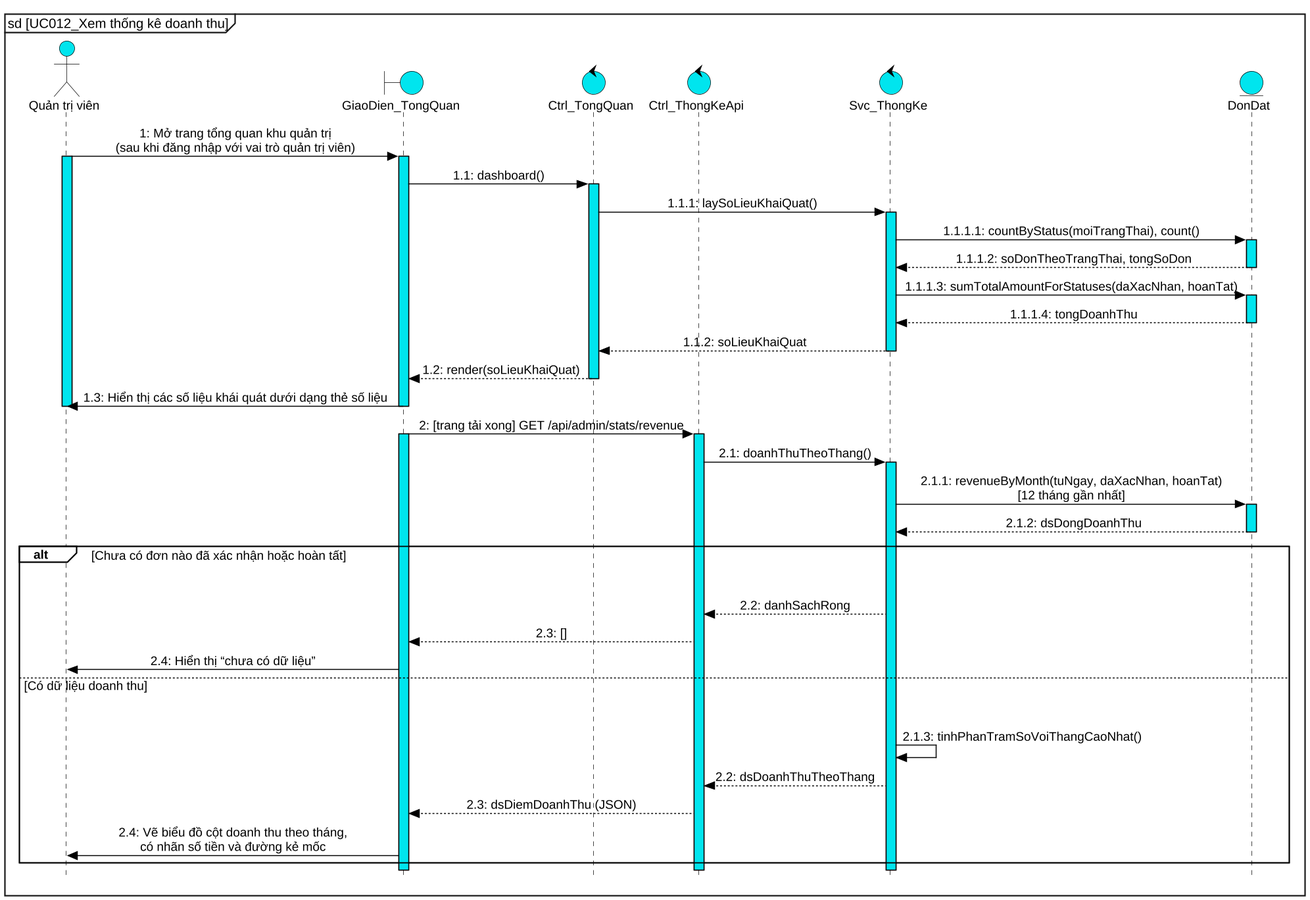
Above: docs/report/diagrams/png/UC012_sequence.png in kanele05/project_www (PlantUML), before the change. Source of this version:
```plantuml
@startuml UC012_sequence
skinparam dpi 140
skinparam defaultFontName "Liberation Sans"
skinparam defaultFontSize 13
skinparam backgroundColor white
skinparam shadowing false
skinparam style strictuml
hide footbox
skinparam maxMessageSize 420
skinparam sequenceMessageAlign center
skinparam responseMessageBelowArrow false
skinparam ArrowColor black
skinparam ParticipantPadding 90
skinparam BoxPadding 6
skinparam sequence {
  ArrowColor black
  LifeLineBorderColor black
  LifeLineBackgroundColor #00E5EE
  ParticipantBackgroundColor #00E5EE
  ParticipantBorderColor black
  ActorBackgroundColor #00E5EE
  ActorBorderColor black
  GroupBorderColor black
  GroupBackgroundColor white
  GroupHeaderFontStyle bold
  GroupFontStyle plain
  GroupBorderThickness 1.2
}
skinparam note {
  BackgroundColor transparent
  BorderColor transparent
  FontColor transparent
}
skinparam BoundaryBackgroundColor #00E5EE
skinparam BoundaryBorderColor black
skinparam ControlBackgroundColor #00E5EE
skinparam ControlBorderColor black
skinparam EntityBackgroundColor #00E5EE
skinparam EntityBorderColor black
skinparam ActorBackgroundColor #00E5EE
skinparam ActorBorderColor black
mainframe sd [UC012_Xem thống kê doanh thu]
actor "Quản trị viên" as ad
boundary "GiaoDien_TongQuan" as ui
control "Ctrl_TongQuan" as ctrl
control "Ctrl_ThongKeApi" as api
control "Svc_ThongKe" as svc
entity "DonDat" as don

ad -> ui : 1: Mở trang tổng quan khu quản trị\n(sau khi đăng nhập với vai trò quản trị viên)
activate ad #00E5EE
activate ui #00E5EE
ui -> ctrl : 1.1: dashboard()
activate ctrl #00E5EE
ctrl -> svc : 1.1.1: laySoLieuKhaiQuat()
activate svc #00E5EE
svc -> don : 1.1.1.1: countByStatus(moiTrangThai), count()
activate don #00E5EE
return 1.1.1.2: soDonTheoTrangThai, tongSoDon
svc -> don : 1.1.1.3: sumTotalAmountForStatuses(daXacNhan, hoanTat)
activate don #00E5EE
return 1.1.1.4: tongDoanhThu
return 1.1.2: soLieuKhaiQuat
ctrl --> ui : 1.2: render(soLieuKhaiQuat)
deactivate ctrl
ui -> ad : 1.3: Hiển thị các số liệu khái quát dưới dạng thẻ số liệu
deactivate ui
deactivate ad

ui -> api : 2: [trang tải xong] GET /api/admin/stats/revenue
activate ui #00E5EE
activate api #00E5EE
api -> svc : 2.1: doanhThuTheoThang()
activate svc #00E5EE
svc -> don : 2.1.1: revenueByMonth(tuNgay, daXacNhan, hoanTat)\n[12 tháng gần nhất]
activate don #00E5EE
return 2.1.2: dsDongDoanhThu
alt Chưa có đơn nào đã xác nhận hoặc hoàn tất
  hnote over ad, don : .
  svc --> api : 2.2: danhSachRong
  api --> ui : 2.3: []
  ui -> ad : 2.4: Hiển thị “chưa có dữ liệu”
else Có dữ liệu doanh thu
  hnote over ad, don : .
  svc -> svc : 2.1.3: tinhPhanTramSoVoiThangCaoNhat()
  svc --> api : 2.2: dsDoanhThuTheoThang
  api --> ui : 2.3: dsDiemDoanhThu (JSON)
  ui -> ad : 2.4: Vẽ biểu đồ cột doanh thu theo tháng,\ncó nhãn số tiền và đường kẻ mốc
end
deactivate svc
deactivate api
deactivate ui
@enduml
```
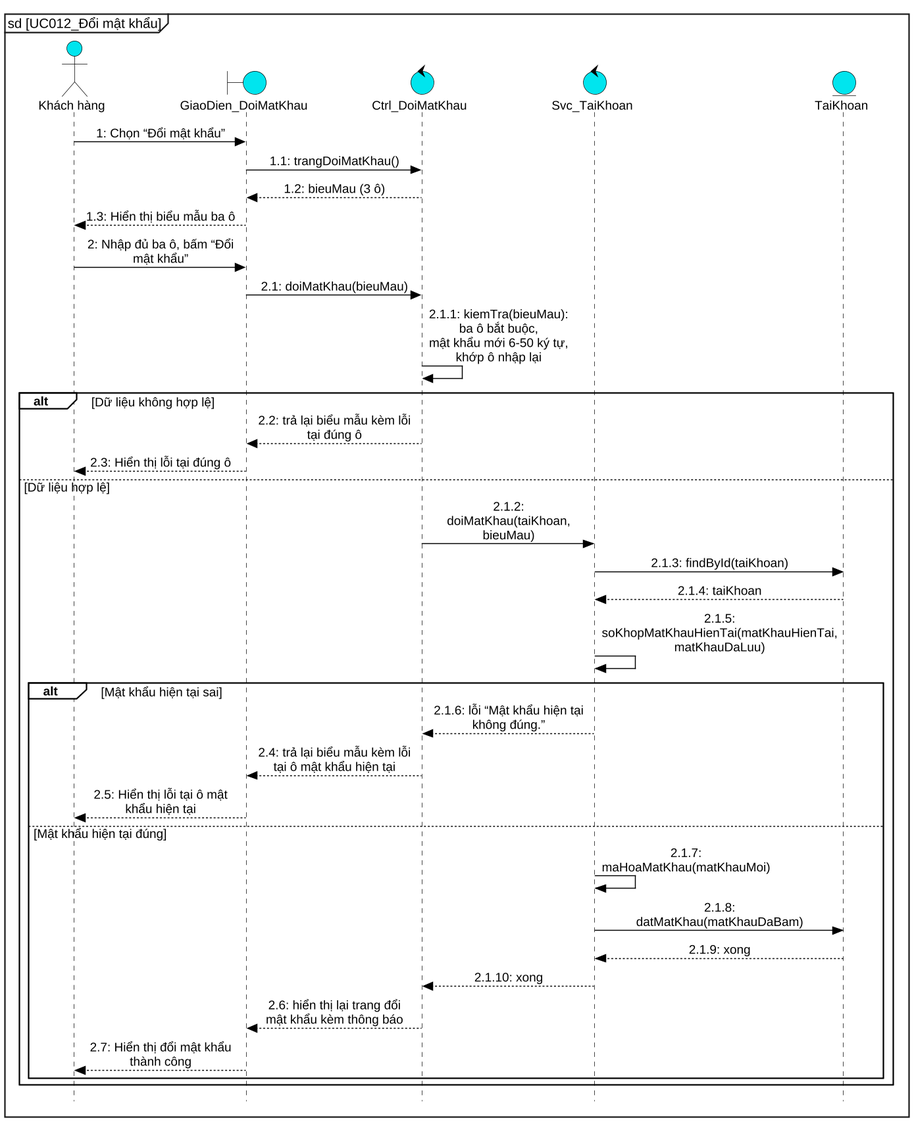
Later version of the same file.

Diff of the diagram source:
```diff
@@ -6,11 +6,11 @@
 skinparam shadowing false
 skinparam style strictuml
 hide footbox
-skinparam maxMessageSize 420
+skinparam maxMessageSize 160
 skinparam sequenceMessageAlign center
 skinparam responseMessageBelowArrow false
 skinparam ArrowColor black
-skinparam ParticipantPadding 90
+skinparam ParticipantPadding 12
 skinparam BoxPadding 6
 skinparam sequence {
   ArrowColor black
@@ -39,55 +39,38 @@
 skinparam EntityBorderColor black
 skinparam ActorBackgroundColor #00E5EE
 skinparam ActorBorderColor black
-mainframe sd [UC012_Xem thống kê doanh thu]
-actor "Quản trị viên" as ad
-boundary "GiaoDien_TongQuan" as ui
-control "Ctrl_TongQuan" as ctrl
-control "Ctrl_ThongKeApi" as api
-control "Svc_ThongKe" as svc
-entity "DonDat" as don
-
-ad -> ui : 1: Mở trang tổng quan khu quản trị\n(sau khi đăng nhập với vai trò quản trị viên)
-activate ad #00E5EE
-activate ui #00E5EE
-ui -> ctrl : 1.1: dashboard()
-activate ctrl #00E5EE
-ctrl -> svc : 1.1.1: laySoLieuKhaiQuat()
-activate svc #00E5EE
-svc -> don : 1.1.1.1: countByStatus(moiTrangThai), count()
-activate don #00E5EE
-return 1.1.1.2: soDonTheoTrangThai, tongSoDon
-svc -> don : 1.1.1.3: sumTotalAmountForStatuses(daXacNhan, hoanTat)
-activate don #00E5EE
-return 1.1.1.4: tongDoanhThu
-return 1.1.2: soLieuKhaiQuat
-ctrl --> ui : 1.2: render(soLieuKhaiQuat)
-deactivate ctrl
-ui -> ad : 1.3: Hiển thị các số liệu khái quát dưới dạng thẻ số liệu
-deactivate ui
-deactivate ad
-
-ui -> api : 2: [trang tải xong] GET /api/admin/stats/revenue
-activate ui #00E5EE
-activate api #00E5EE
-api -> svc : 2.1: doanhThuTheoThang()
-activate svc #00E5EE
-svc -> don : 2.1.1: revenueByMonth(tuNgay, daXacNhan, hoanTat)\n[12 tháng gần nhất]
-activate don #00E5EE
-return 2.1.2: dsDongDoanhThu
-alt Chưa có đơn nào đã xác nhận hoặc hoàn tất
-  hnote over ad, don : .
-  svc --> api : 2.2: danhSachRong
-  api --> ui : 2.3: []
-  ui -> ad : 2.4: Hiển thị “chưa có dữ liệu”
-else Có dữ liệu doanh thu
-  hnote over ad, don : .
-  svc -> svc : 2.1.3: tinhPhanTramSoVoiThangCaoNhat()
-  svc --> api : 2.2: dsDoanhThuTheoThang
-  api --> ui : 2.3: dsDiemDoanhThu (JSON)
-  ui -> ad : 2.4: Vẽ biểu đồ cột doanh thu theo tháng,\ncó nhãn số tiền và đường kẻ mốc
+mainframe sd [UC012_Đổi mật khẩu]
+actor "Khách hàng" as kh
+boundary "GiaoDien_DoiMatKhau" as ui
+control "Ctrl_DoiMatKhau" as ctrl
+control "Svc_TaiKhoan" as svc
+entity "TaiKhoan" as tk
+kh -> ui : 1: Chọn “Đổi mật khẩu”
+ui -> ctrl : 1.1: trangDoiMatKhau()
+ctrl --> ui : 1.2: bieuMau (3 ô)
+ui --> kh : 1.3: Hiển thị biểu mẫu ba ô
+kh -> ui : 2: Nhập đủ ba ô, bấm “Đổi mật khẩu”
+ui -> ctrl : 2.1: doiMatKhau(bieuMau)
+ctrl -> ctrl : 2.1.1: kiemTra(bieuMau): ba ô bắt buộc,\nmật khẩu mới 6-50 ký tự, khớp ô nhập lại
+alt Dữ liệu không hợp lệ
+  ctrl --> ui : 2.2: trả lại biểu mẫu kèm lỗi tại đúng ô
+  ui --> kh : 2.3: Hiển thị lỗi tại đúng ô
+else Dữ liệu hợp lệ
+  ctrl -> svc : 2.1.2: doiMatKhau(taiKhoan, bieuMau)
+  svc -> tk : 2.1.3: findById(taiKhoan)
+  tk --> svc : 2.1.4: taiKhoan
+  svc -> svc : 2.1.5: soKhopMatKhauHienTai(matKhauHienTai, matKhauDaLuu)
+  alt Mật khẩu hiện tại sai
+    svc --> ctrl : 2.1.6: lỗi “Mật khẩu hiện tại không đúng.”
+    ctrl --> ui : 2.4: trả lại biểu mẫu kèm lỗi tại ô mật khẩu hiện tại
+    ui --> kh : 2.5: Hiển thị lỗi tại ô mật khẩu hiện tại
+  else Mật khẩu hiện tại đúng
+    svc -> svc : 2.1.7: maHoaMatKhau(matKhauMoi)
+    svc -> tk : 2.1.8: datMatKhau(matKhauDaBam)
+    tk --> svc : 2.1.9: xong
+    svc --> ctrl : 2.1.10: xong
+    ctrl --> ui : 2.6: hiển thị lại trang đổi mật khẩu kèm thông báo
+    ui --> kh : 2.7: Hiển thị đổi mật khẩu thành công
+  end
 end
-deactivate svc
-deactivate api
-deactivate ui
 @enduml
```
